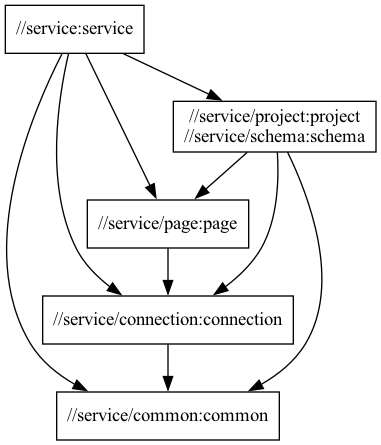
typedb/typedb-studio keeps this Graphviz diagram as docs/service-package-structure.png. Above is the earlier version. Its source is kept beside it as docs/service-package-structure.dot.
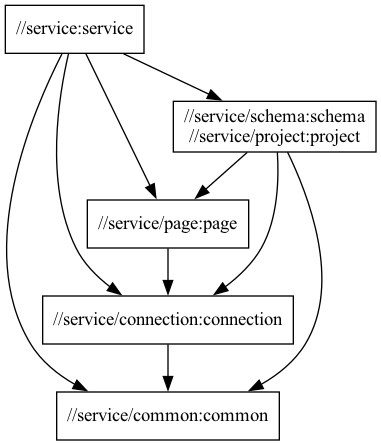
The same diagram one commit later.

Change to the diagram source:
```diff
@@ -4,11 +4,11 @@
   "//service:service" -> "//service/common:common"
   "//service:service" -> "//service/connection:connection"
   "//service:service" -> "//service/page:page"
-  "//service:service" -> "//service/project:project\n//service/schema:schema"
-  "//service/project:project\n//service/schema:schema"
-  "//service/project:project\n//service/schema:schema" -> "//service/common:common"
-  "//service/project:project\n//service/schema:schema" -> "//service/connection:connection"
-  "//service/project:project\n//service/schema:schema" -> "//service/page:page"
+  "//service:service" -> "//service/schema:schema\n//service/project:project"
+  "//service/schema:schema\n//service/project:project"
+  "//service/schema:schema\n//service/project:project" -> "//service/common:common"
+  "//service/schema:schema\n//service/project:project" -> "//service/connection:connection"
+  "//service/schema:schema\n//service/project:project" -> "//service/page:page"
   "//service/page:page"
   "//service/page:page" -> "//service/connection:connection"
   "//service/connection:connection"
```
